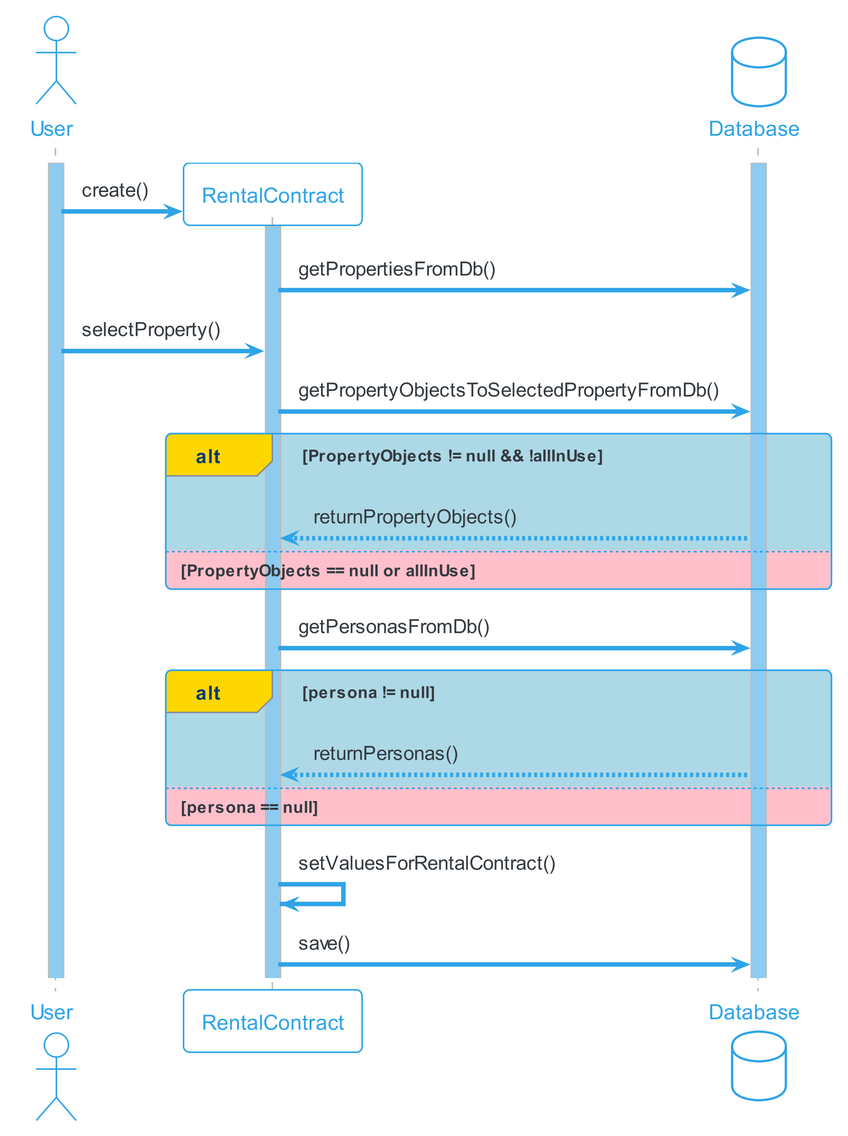
Before: docs/content/diagrams/out/sequenzdiagram/mietvertrag/mietvertrag.png, a diagram exported from PlantUML (sirtheta/ImmoGlobal_Semesterarbeit).
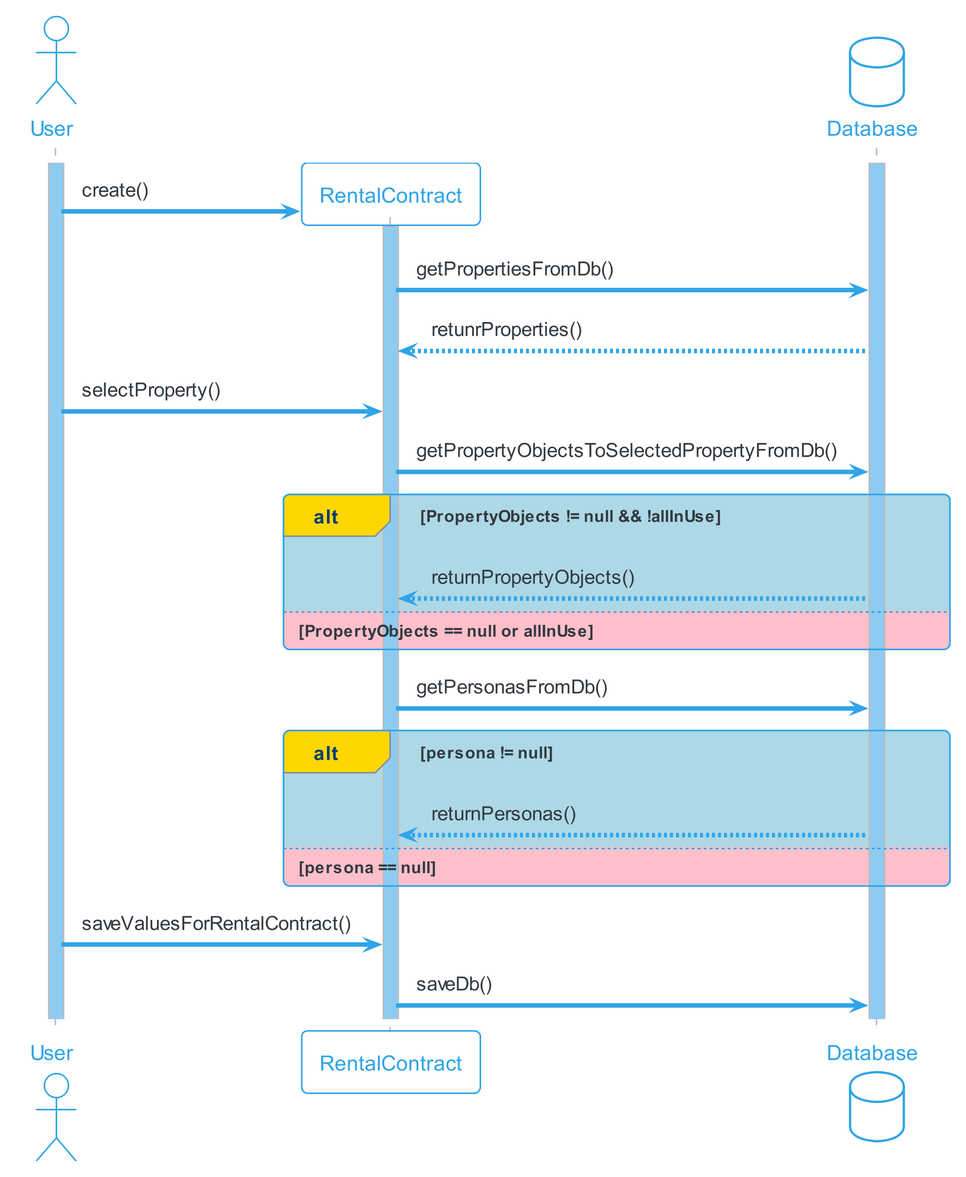
After the change.

What changed in the source:
```diff
@@ -14,6 +14,7 @@
 create rc
 user -> rc ++ : create()
 rc -> db : getPropertiesFromDb()
+db --> rc : retunrProperties()
 user -> rc : selectProperty()
 rc -> db: getPropertyObjectsToSelectedPropertyFromDb()
 alt#Gold #LightBlue PropertyObjects != null && !allInUse
@@ -26,6 +27,6 @@
   db--> rc : returnPersonas()
 else #Pink persona == null
 end
-  rc -> rc : setValuesForRentalContract()
-  rc -> db : save()
+user -> rc : saveValuesForRentalContract()
+rc -> db : saveDb()
 @enduml
```
